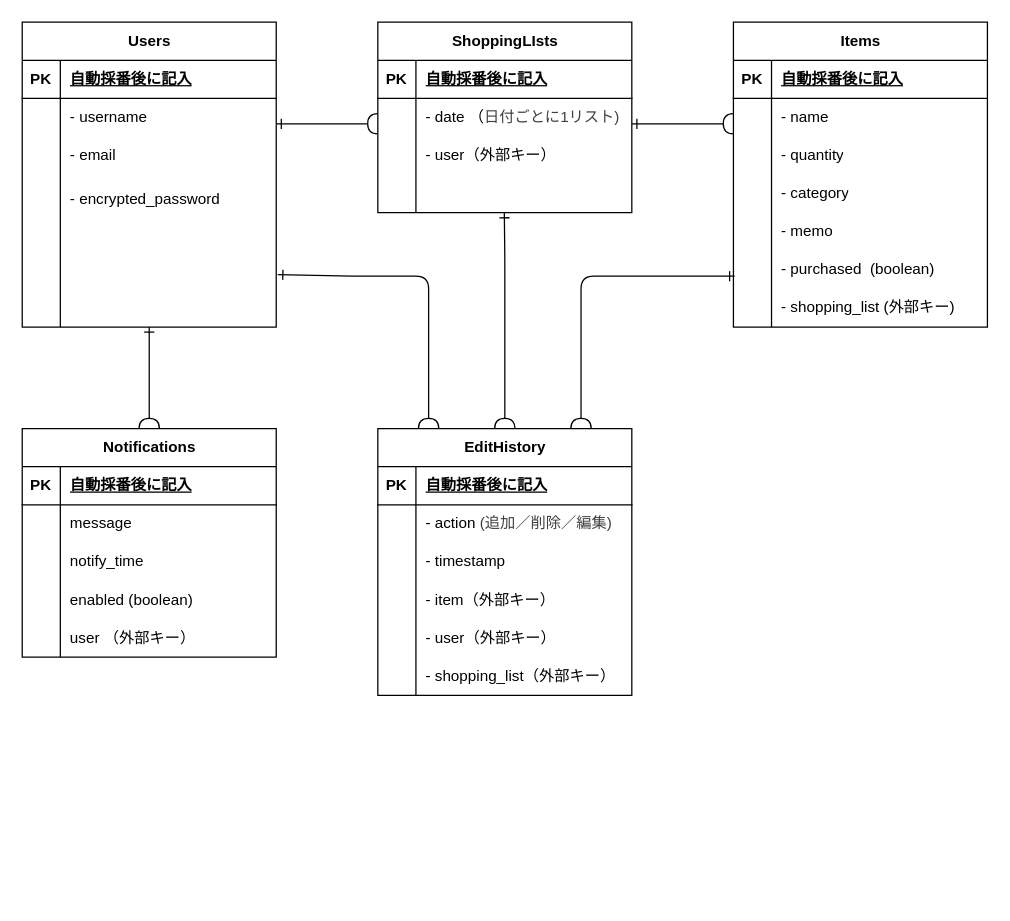
wassyprince/shopping_days keeps this draw.io diagram as shoppingdays.dio. Above is the earlier version. Source tidied: cells renumbered, new cells numbered last; positions are measured from the earlier drawing's top-left corner, leaving out a move shared by most shapes. Both pictures are drawn from the tidied source at 127%, with x=0, y=0 at pixel (22, 22).
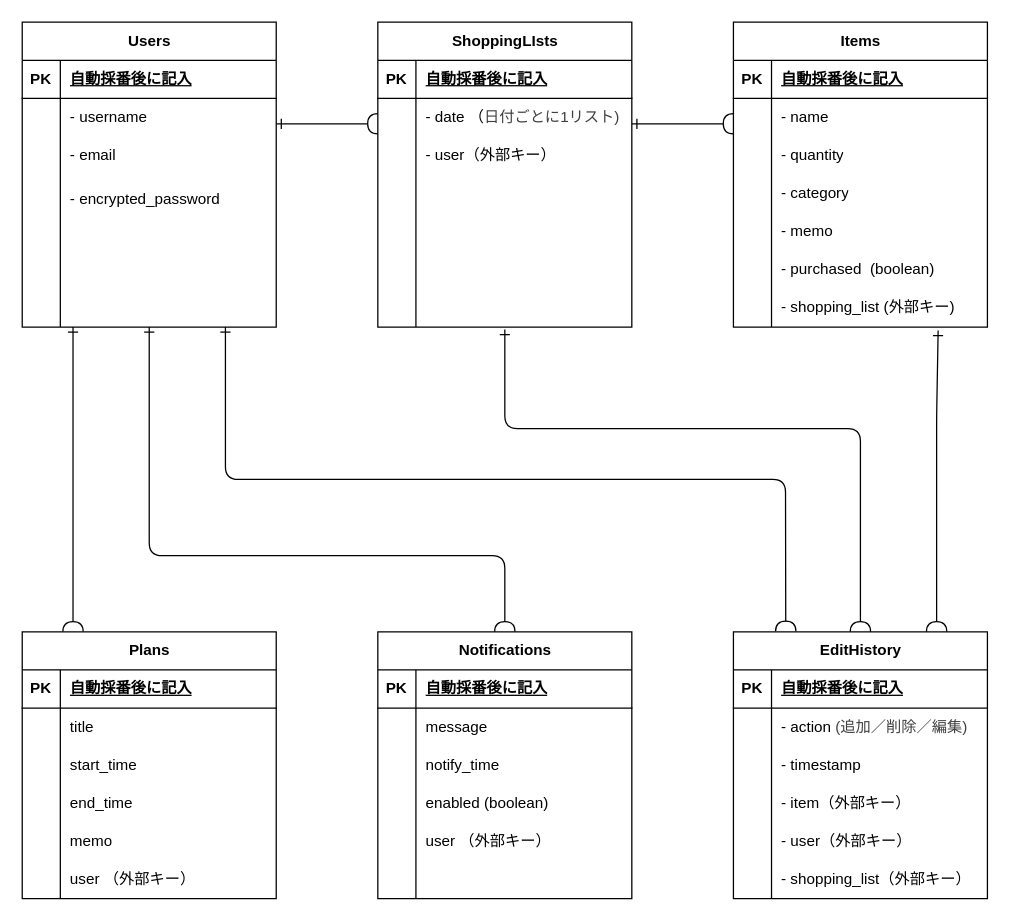
Above is the later version.

Unchanged cells that the change refers to:
```xml
<mxCell id="31" style="shape=tableRow;horizontal=0;startSize=0;swimlaneHead=0;swimlaneBody=0;fillColor=none;points=[[0,0.5],[1,0.5]];portConstraint=eastwest;top=0;left=0;right=0;bottom=0;" parent="18" vertex="1">
  <mxGeometry y="160" width="200" height="50" as="geometry" />
</mxCell>
<mxCell id="88" style="shape=tableRow;horizontal=0;startSize=0;swimlaneHead=0;swimlaneBody=0;fillColor=none;points=[[0,0.5],[1,0.5]];portConstraint=eastwest;top=0;left=0;right=0;bottom=0;" parent="69" vertex="1">
  <mxGeometry y="210" width="200" height="30" as="geometry" />
</mxCell>
```

The edit, as a diff of the source:
```diff
@@
     <mxCell id="2" value="Notifications" style="shape=table;startSize=30;childLayout=tableLayout;rowLines=0;fontStyle=1;align=center;html=1;" parent="1" vertex="1">
-      <mxGeometry y="320" width="200" height="180" as="geometry" />
+      <mxGeometry x="280" y="480" width="200" height="210" as="geometry" />
     </mxCell>
@@
+    <mxCell id="97" style="shape=tableRow;horizontal=0;startSize=0;swimlaneHead=0;swimlaneBody=0;fillColor=none;top=0;left=0;right=0;bottom=0;" parent="2" vertex="1">
+      <mxGeometry y="180" width="200" height="30" as="geometry" />
+    </mxCell>
+    <mxCell id="98" style="shape=partialRectangle;fillColor=none;top=0;left=0;bottom=0;right=0;overflow=hidden;whiteSpace=wrap;html=1;" parent="97" vertex="1">
+      <mxGeometry width="30" height="30" as="geometry" />
+    </mxCell>
+    <mxCell id="99" style="shape=partialRectangle;fillColor=none;top=0;left=0;bottom=0;right=0;align=left;spacingLeft=6;overflow=hidden;whiteSpace=wrap;html=1;" parent="97" vertex="1">
+      <mxGeometry x="30" width="170" height="30" as="geometry" />
+    </mxCell>
@@
     <mxCell id="37" value="EditHistory" style="shape=table;startSize=30;childLayout=tableLayout;rowLines=0;fontStyle=1;align=center;html=1;" parent="1" vertex="1">
-      <mxGeometry x="280" y="320" width="200" height="210" as="geometry" />
+      <mxGeometry x="560" y="480" width="200" height="210" as="geometry" />
     </mxCell>
@@
     <mxCell id="56" value="ShoppingLIsts" style="shape=table;startSize=30;childLayout=tableLayout;rowLines=0;fontStyle=1;align=center;html=1;" parent="1" vertex="1">
-      <mxGeometry x="280" width="200" height="150" as="geometry" />
+      <mxGeometry x="280" width="200" height="240" as="geometry" />
     </mxCell>
@@
     <mxCell id="66" style="shape=tableRow;horizontal=0;startSize=0;swimlaneHead=0;swimlaneBody=0;fillColor=none;points=[[0,0.5],[1,0.5]];portConstraint=eastwest;top=0;left=0;right=0;bottom=0;" parent="56" vertex="1">
-      <mxGeometry y="120" width="200" height="30" as="geometry" />
+      <mxGeometry y="120" width="200" height="120" as="geometry" />
     </mxCell>
     <mxCell id="67" style="shape=partialRectangle;fillColor=none;top=0;left=0;bottom=0;right=0;overflow=hidden;whiteSpace=wrap;html=1;" parent="66" vertex="1">
-      <mxGeometry width="30" height="30" as="geometry" />
+      <mxGeometry width="30" height="120" as="geometry" />
     </mxCell>
     <mxCell id="68" style="shape=partialRectangle;fillColor=none;top=0;left=0;bottom=0;right=0;align=left;spacingLeft=6;overflow=hidden;whiteSpace=wrap;html=1;" parent="66" vertex="1">
-      <mxGeometry x="30" width="170" height="30" as="geometry" />
+      <mxGeometry x="30" width="170" height="120" as="geometry" />
     </mxCell>
@@
     <mxCell id="92" style="edgeStyle=none;html=1;strokeColor=default;endArrow=halfCircle;endFill=0;startArrow=ERone;startFill=0;entryX=0.5;entryY=0;entryDx=0;entryDy=0;" parent="1" edge="1" target="2">
       <mxGeometry relative="1" as="geometry">
         <mxPoint x="100" y="240" as="sourcePoint" />
+        <Array as="points">
+          <mxPoint x="100" y="420" />
+          <mxPoint x="380" y="420" />
+        </Array>
       </mxGeometry>
     </mxCell>
-    <mxCell id="93" style="edgeStyle=none;html=1;strokeColor=default;endArrow=halfCircle;endFill=0;startArrow=ERone;startFill=0;exitX=1.006;exitY=0.776;exitDx=0;exitDy=0;exitPerimeter=0;" parent="1" edge="1" source="31">
+    <mxCell id="93" style="edgeStyle=none;html=1;strokeColor=default;endArrow=halfCircle;endFill=0;startArrow=ERone;startFill=0;entryX=0.206;entryY=-0.002;entryDx=0;entryDy=0;entryPerimeter=0;" parent="1" edge="1" target="37">
       <mxGeometry relative="1" as="geometry">
-        <mxPoint x="320" y="320" as="targetPoint" />
+        <mxPoint x="160" y="240" as="sourcePoint" />
         <Array as="points">
-          <mxPoint x="260" y="200" />
-          <mxPoint x="320" y="200" />
+          <mxPoint x="160" y="320" />
+          <mxPoint x="160" y="360" />
+          <mxPoint x="601" y="360" />
         </Array>
       </mxGeometry>
     </mxCell>
-    <mxCell id="94" style="edgeStyle=none;html=1;strokeColor=default;endArrow=halfCircle;endFill=0;startArrow=ERone;startFill=0;" parent="1" edge="1">
+    <mxCell id="94" style="edgeStyle=none;html=1;strokeColor=default;endArrow=halfCircle;endFill=0;startArrow=ERone;startFill=0;exitX=0.806;exitY=1.093;exitDx=0;exitDy=0;exitPerimeter=0;" parent="1" edge="1" source="88">
       <mxGeometry relative="1" as="geometry">
-        <mxPoint x="561" y="200" as="sourcePoint" />
-        <mxPoint x="440" y="320" as="targetPoint" />
+        <mxPoint x="720" y="480" as="targetPoint" />
         <Array as="points">
-          <mxPoint x="440" y="200" />
+          <mxPoint x="720" y="310" />
+          <mxPoint x="720" y="400" />
         </Array>
       </mxGeometry>
     </mxCell>
@@
-    <mxCell id="96" style="edgeStyle=none;html=1;strokeColor=default;endArrow=halfCircle;endFill=0;startArrow=ERone;startFill=0;exitX=0.498;exitY=1;exitDx=0;exitDy=0;exitPerimeter=0;" parent="1" edge="1" source="66">
+    <mxCell id="96" style="edgeStyle=none;html=1;strokeColor=default;endArrow=halfCircle;endFill=0;startArrow=ERone;startFill=0;entryX=0.5;entryY=0;entryDx=0;entryDy=0;" parent="1" edge="1" target="37">
       <mxGeometry relative="1" as="geometry">
-        <mxPoint x="380" y="320" as="targetPoint" />
+        <mxPoint x="380" y="242" as="sourcePoint" />
         <Array as="points">
-          <mxPoint x="380" y="184" />
+          <mxPoint x="380" y="320" />
+          <mxPoint x="660" y="320" />
         </Array>
       </mxGeometry>
     </mxCell>
+    <mxCell id="100" style="edgeStyle=none;html=1;strokeColor=default;endArrow=halfCircle;endFill=0;startArrow=ERone;startFill=0;entryX=0.2;entryY=0;entryDx=0;entryDy=0;entryPerimeter=0;" parent="1" edge="1" target="101">
+      <mxGeometry relative="1" as="geometry">
+        <mxPoint x="40" y="240" as="sourcePoint" />
+      </mxGeometry>
+    </mxCell>
+    <mxCell id="101" value="Plans" style="shape=table;startSize=30;childLayout=tableLayout;rowLines=0;fontStyle=1;align=center;html=1;" parent="1" vertex="1">
+      <mxGeometry y="480" width="200" height="210" as="geometry" />
+    </mxCell>
+    <mxCell id="102" style="shape=tableRow;horizontal=0;startSize=0;swimlaneHead=0;swimlaneBody=0;fillColor=none;top=0;left=0;right=0;bottom=1;" parent="101" vertex="1">
+      <mxGeometry y="30" width="200" height="30" as="geometry" />
+    </mxCell>
+    <mxCell id="103" value="PK" style="shape=partialRectangle;fillColor=none;top=0;left=0;bottom=0;right=0;fontStyle=1;overflow=hidden;whiteSpace=wrap;html=1;" parent="102" vertex="1">
+      <mxGeometry width="30" height="30" as="geometry" />
+    </mxCell>
+    <mxCell id="104" value="&lt;span style=&quot;color: rgb(0, 0, 0);&quot;&gt;自動採番後に記入&lt;/span&gt;" style="shape=partialRectangle;fillColor=none;top=0;left=0;bottom=0;right=0;align=left;spacingLeft=6;fontStyle=5;overflow=hidden;whiteSpace=wrap;html=1;" parent="102" vertex="1">
+      <mxGeometry x="30" width="170" height="30" as="geometry" />
+    </mxCell>
+    <mxCell id="105" style="shape=tableRow;horizontal=0;startSize=0;swimlaneHead=0;swimlaneBody=0;fillColor=none;top=0;left=0;right=0;bottom=0;" parent="101" vertex="1">
+      <mxGeometry y="60" width="200" height="30" as="geometry" />
+    </mxCell>
+    <mxCell id="106" style="shape=partialRectangle;fillColor=none;top=0;left=0;bottom=0;right=0;overflow=hidden;whiteSpace=wrap;html=1;" parent="105" vertex="1">
+      <mxGeometry width="30" height="30" as="geometry" />
+    </mxCell>
+    <mxCell id="107" value="title" style="shape=partialRectangle;fillColor=none;top=0;left=0;bottom=0;right=0;align=left;spacingLeft=6;overflow=hidden;whiteSpace=wrap;html=1;" parent="105" vertex="1">
+      <mxGeometry x="30" width="170" height="30" as="geometry" />
+    </mxCell>
+    <mxCell id="108" style="shape=tableRow;horizontal=0;startSize=0;swimlaneHead=0;swimlaneBody=0;fillColor=none;top=0;left=0;right=0;bottom=0;" parent="101" vertex="1">
+      <mxGeometry y="90" width="200" height="30" as="geometry" />
+    </mxCell>
+    <mxCell id="109" style="shape=partialRectangle;fillColor=none;top=0;left=0;bottom=0;right=0;overflow=hidden;whiteSpace=wrap;html=1;" parent="108" vertex="1">
+      <mxGeometry width="30" height="30" as="geometry" />
+    </mxCell>
+    <mxCell id="110" value="start_time" style="shape=partialRectangle;fillColor=none;top=0;left=0;bottom=0;right=0;align=left;spacingLeft=6;overflow=hidden;whiteSpace=wrap;html=1;" parent="108" vertex="1">
+      <mxGeometry x="30" width="170" height="30" as="geometry" />
+    </mxCell>
+    <mxCell id="111" style="shape=tableRow;horizontal=0;startSize=0;swimlaneHead=0;swimlaneBody=0;fillColor=none;top=0;left=0;right=0;bottom=0;" parent="101" vertex="1">
+      <mxGeometry y="120" width="200" height="30" as="geometry" />
+    </mxCell>
+    <mxCell id="112" style="shape=partialRectangle;fillColor=none;top=0;left=0;bottom=0;right=0;overflow=hidden;whiteSpace=wrap;html=1;" parent="111" vertex="1">
+      <mxGeometry width="30" height="30" as="geometry" />
+    </mxCell>
+    <mxCell id="113" value="end_time" style="shape=partialRectangle;fillColor=none;top=0;left=0;bottom=0;right=0;align=left;spacingLeft=6;overflow=hidden;whiteSpace=wrap;html=1;" parent="111" vertex="1">
+      <mxGeometry x="30" width="170" height="30" as="geometry" />
+    </mxCell>
+    <mxCell id="114" style="shape=tableRow;horizontal=0;startSize=0;swimlaneHead=0;swimlaneBody=0;fillColor=none;top=0;left=0;right=0;bottom=0;" parent="101" vertex="1">
+      <mxGeometry y="150" width="200" height="30" as="geometry" />
+    </mxCell>
+    <mxCell id="115" style="shape=partialRectangle;fillColor=none;top=0;left=0;bottom=0;right=0;overflow=hidden;whiteSpace=wrap;html=1;" parent="114" vertex="1">
+      <mxGeometry width="30" height="30" as="geometry" />
+    </mxCell>
+    <mxCell id="116" value="memo" style="shape=partialRectangle;fillColor=none;top=0;left=0;bottom=0;right=0;align=left;spacingLeft=6;overflow=hidden;whiteSpace=wrap;html=1;" parent="114" vertex="1">
+      <mxGeometry x="30" width="170" height="30" as="geometry" />
+    </mxCell>
+    <mxCell id="117" style="shape=tableRow;horizontal=0;startSize=0;swimlaneHead=0;swimlaneBody=0;fillColor=none;top=0;left=0;right=0;bottom=0;" parent="101" vertex="1">
+      <mxGeometry y="180" width="200" height="30" as="geometry" />
+    </mxCell>
+    <mxCell id="118" style="shape=partialRectangle;fillColor=none;top=0;left=0;bottom=0;right=0;overflow=hidden;whiteSpace=wrap;html=1;" parent="117" vertex="1">
+      <mxGeometry width="30" height="30" as="geometry" />
+    </mxCell>
+    <mxCell id="119" value="user （外部キー）" style="shape=partialRectangle;fillColor=none;top=0;left=0;bottom=0;right=0;align=left;spacingLeft=6;overflow=hidden;whiteSpace=wrap;html=1;" parent="117" vertex="1">
+      <mxGeometry x="30" width="170" height="30" as="geometry" />
+    </mxCell>
```
